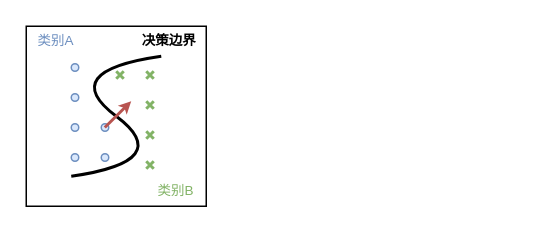
This is 毕业论文1-1.drawio from weyg0/Diagrams, a draw.io file, before an edit. Source tidied: cells renumbered, new cells numbered last; positions are measured from the earlier drawing's top-left corner, leaving out a move shared by most shapes. Both pictures are drawn from the tidied source at 150%, with x=0, y=0 at pixel (26, 26).
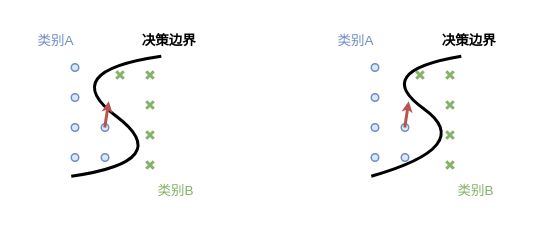
The same page after the edit.

Commit message (it also covers changes not shown here):
更新毕业论文1-1.drawio

Unchanged cells that the change refers to:
```xml
<mxCell id="11" style="shape=ellipse;fillColor=#dae8fc;strokeColor=#6c8ebf;html=1;sketch=0;" parent="1" vertex="1">
  <mxGeometry x="50" y="65" width="5" height="5" as="geometry" />
</mxCell>
```

The edit, as a diff of the source:
```diff
@@
-    <mxCell id="2" style="rounded=0;whiteSpace=wrap;html=1;fillColor=none;" parent="1" vertex="1">
+    <mxCell id="2" style="rounded=0;whiteSpace=wrap;html=1;fillColor=none;strokeColor=none;" parent="1" vertex="1">
       <mxGeometry width="120" height="120" as="geometry" />
     </mxCell>
@@
-    <mxCell id="17" style="endArrow=classic;html=1;rounded=0;fillColor=#f8cecc;strokeColor=#b85450;exitX=0.467;exitY=0.503;exitDx=0;exitDy=0;exitPerimeter=0;endFill=1;endSize=2;strokeWidth=2;" parent="1" edge="1" source="11">
+    <mxCell id="17" style="endArrow=classic;html=1;rounded=0;fillColor=#f8cecc;strokeColor=#b85450;exitX=0.467;exitY=0.503;exitDx=0;exitDy=0;exitPerimeter=0;endFill=1;endSize=1;strokeWidth=2;" parent="1" edge="1" source="11">
       <mxGeometry relative="1" as="geometry">
-        <mxPoint x="70" y="50" as="targetPoint" />
+        <mxPoint x="55" y="50" as="targetPoint" />
       </mxGeometry>
     </mxCell>
@@
+    <mxCell id="19" value="类别A" style="text;html=1;align=center;verticalAlign=middle;whiteSpace=wrap;rounded=0;fontSize=9;fontColor=#6C8EBF;labelBackgroundColor=default;" parent="1" vertex="1">
+      <mxGeometry x="200" width="40" height="20" as="geometry" />
+    </mxCell>
+    <mxCell id="20" value="类别B" style="text;html=1;align=center;verticalAlign=middle;whiteSpace=wrap;rounded=0;fontSize=9;fontColor=#82B366;" parent="1" vertex="1">
+      <mxGeometry x="280" y="100" width="40" height="20" as="geometry" />
+    </mxCell>
+    <mxCell id="21" style="curved=1;endArrow=none;html=1;rounded=0;strokeWidth=2;startFill=0;" parent="1" edge="1">
+      <mxGeometry relative="1" as="geometry">
+        <mxPoint x="230" y="100" as="sourcePoint" />
+        <mxPoint x="290" y="20" as="targetPoint" />
+        <Array as="points">
+          <mxPoint x="300" y="80" />
+          <mxPoint x="230" y="30" />
+        </Array>
+      </mxGeometry>
+    </mxCell>
+    <mxCell id="22" style="shape=umlDestroy;whiteSpace=wrap;html=1;strokeWidth=2;targetShapes=umlLifeline;fillColor=#d5e8d4;strokeColor=#82b366;" parent="1" vertex="1">
+      <mxGeometry x="280" y="70" width="5" height="5" as="geometry" />
+    </mxCell>
+    <mxCell id="23" style="shape=umlDestroy;whiteSpace=wrap;html=1;strokeWidth=2;targetShapes=umlLifeline;shadow=0;fillColor=#d5e8d4;strokeColor=#82b366;" parent="1" vertex="1">
+      <mxGeometry x="280" y="50" width="5" height="5" as="geometry" />
+    </mxCell>
+    <mxCell id="24" style="shape=umlDestroy;whiteSpace=wrap;html=1;strokeWidth=2;targetShapes=umlLifeline;fillColor=#d5e8d4;strokeColor=#82b366;" parent="1" vertex="1">
+      <mxGeometry x="280" y="30" width="5" height="5" as="geometry" />
+    </mxCell>
+    <mxCell id="25" style="shape=umlDestroy;whiteSpace=wrap;html=1;strokeWidth=2;targetShapes=umlLifeline;fillColor=#d5e8d4;strokeColor=#82b366;" parent="1" vertex="1">
+      <mxGeometry x="280" y="90" width="5" height="5" as="geometry" />
+    </mxCell>
+    <mxCell id="26" style="shape=umlDestroy;whiteSpace=wrap;html=1;strokeWidth=2;targetShapes=umlLifeline;fillColor=#d5e8d4;strokeColor=#82b366;" parent="1" vertex="1">
+      <mxGeometry x="260" y="30" width="5" height="5" as="geometry" />
+    </mxCell>
+    <mxCell id="27" style="shape=ellipse;fillColor=#dae8fc;strokeColor=#6c8ebf;html=1;sketch=0;" parent="1" vertex="1">
+      <mxGeometry x="250" y="65" width="5" height="5" as="geometry" />
+    </mxCell>
+    <mxCell id="28" style="shape=ellipse;fillColor=#dae8fc;strokeColor=#6c8ebf;html=1;sketch=0;" parent="1" vertex="1">
+      <mxGeometry x="250" y="85" width="5" height="5" as="geometry" />
+    </mxCell>
+    <mxCell id="29" style="shape=ellipse;fillColor=#dae8fc;strokeColor=#6c8ebf;html=1;sketch=0;" parent="1" vertex="1">
+      <mxGeometry x="230" y="85" width="5" height="5" as="geometry" />
+    </mxCell>
+    <mxCell id="30" style="shape=ellipse;fillColor=#dae8fc;strokeColor=#6c8ebf;html=1;sketch=0;" parent="1" vertex="1">
+      <mxGeometry x="230" y="65" width="5" height="5" as="geometry" />
+    </mxCell>
+    <mxCell id="31" style="shape=ellipse;fillColor=#dae8fc;strokeColor=#6c8ebf;html=1;sketch=0;" parent="1" vertex="1">
+      <mxGeometry x="230" y="45" width="5" height="5" as="geometry" />
+    </mxCell>
+    <mxCell id="32" style="shape=ellipse;fillColor=#dae8fc;strokeColor=#6c8ebf;html=1;sketch=0;" parent="1" vertex="1">
+      <mxGeometry x="230" y="25" width="5" height="5" as="geometry" />
+    </mxCell>
+    <mxCell id="33" style="endArrow=classic;html=1;rounded=0;fillColor=#f8cecc;strokeColor=#b85450;exitX=0.467;exitY=0.503;exitDx=0;exitDy=0;exitPerimeter=0;endFill=1;endSize=1;strokeWidth=2;" parent="1" edge="1" source="27">
+      <mxGeometry relative="1" as="geometry">
+        <mxPoint x="255" y="50" as="targetPoint" />
+      </mxGeometry>
+    </mxCell>
+    <mxCell id="34" value="决策边界" style="text;html=1;align=center;verticalAlign=middle;strokeColor=none;fillColor=none;fontSize=9;fontStyle=1;" parent="1" vertex="1">
+      <mxGeometry x="265" width="60" height="20" as="geometry" />
+    </mxCell>
+    <mxCell id="35" style="rounded=0;whiteSpace=wrap;html=1;fillColor=none;strokeColor=none;" parent="1" vertex="1">
+      <mxGeometry x="200" width="120" height="120" as="geometry" />
+    </mxCell>
```
